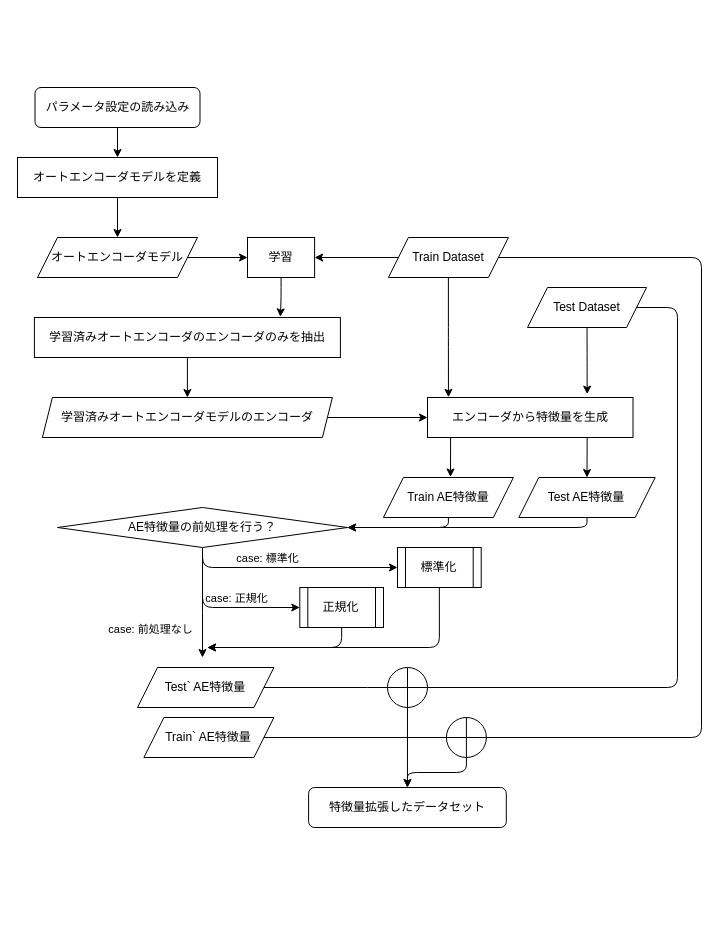
RyutaSato/ml-study-archive-rsato keeps this draw.io diagram as thesis/figures/autoencoder.drawio. Above is the earlier version. Source tidied: cells renumbered, new cells numbered last; positions are measured from the earlier drawing's top-left corner, leaving out a move shared by most shapes. Both pictures are drawn from the tidied source at 100%, with x=0, y=0 at pixel (17, 87).
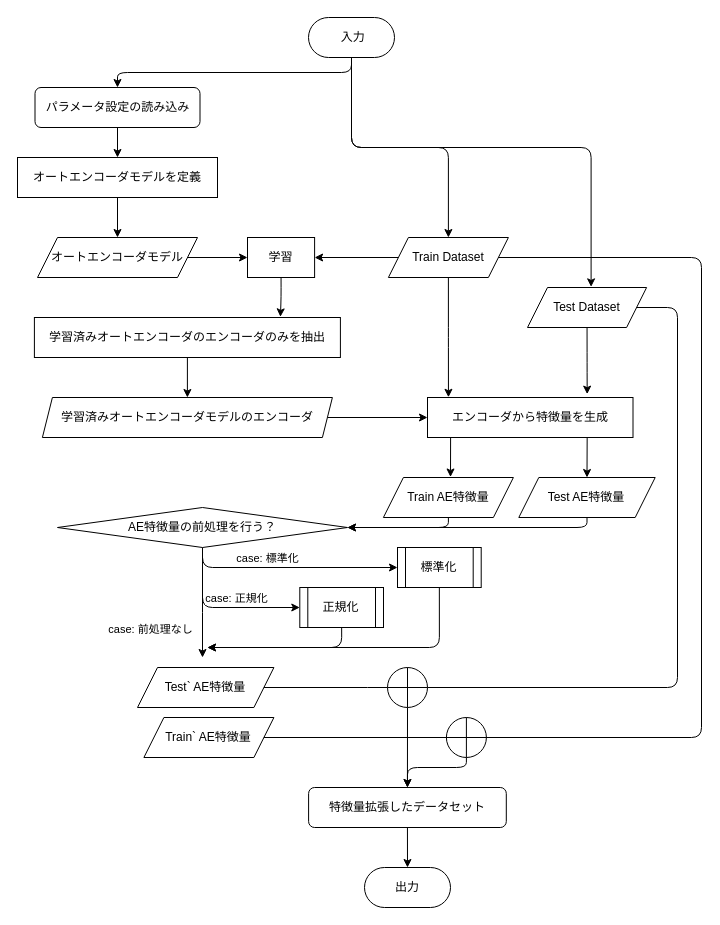
The same diagram, later.

Unchanged cells that the change refers to:
```xml
<mxCell id="14" value="Train Dataset" style="shape=parallelogram;perimeter=parallelogramPerimeter;whiteSpace=wrap;html=1;fixedSize=1;fontFamily=Helvetica;fontSize=12;fontColor=default;align=center;strokeColor=default;fillColor=default;" parent="1" vertex="1">
  <mxGeometry x="370.9" y="150" width="120" height="40" as="geometry" />
</mxCell>
<mxCell id="18" value="Test Dataset" style="shape=parallelogram;perimeter=parallelogramPerimeter;whiteSpace=wrap;html=1;fixedSize=1;fontFamily=Helvetica;fontSize=12;fontColor=default;align=center;strokeColor=default;fillColor=default;" parent="1" vertex="1">
  <mxGeometry x="510" y="200" width="119.1" height="40" as="geometry" />
</mxCell>
<mxCell id="33" value="パラメータ設定の読み込み" style="rounded=1;whiteSpace=wrap;html=1;" parent="1" vertex="1">
  <mxGeometry x="17.5" width="165" height="40" as="geometry" />
</mxCell>
<mxCell id="40" style="shape=orEllipse;perimeter=ellipsePerimeter;whiteSpace=wrap;html=1;backgroundOutline=1;" parent="1" vertex="1">
  <mxGeometry x="428.9" y="630" width="40" height="40" as="geometry" />
</mxCell>
<mxCell id="45" value="特徴量拡張したデータセット" style="rounded=1;whiteSpace=wrap;html=1;" parent="1" vertex="1">
  <mxGeometry x="291.1" y="700" width="197.7" height="40" as="geometry" />
</mxCell>
```

The edit, as a diff of the source:
```diff
@@
     <mxCell id="39" style="edgeStyle=orthogonalEdgeStyle;html=1;exitX=0.5;exitY=1;exitDx=0;exitDy=0;entryX=0.5;entryY=0;entryDx=0;entryDy=0;elbow=vertical;" parent="1" edge="1" source="40" target="45">
-      <mxGeometry relative="1" as="geometry" />
+      <mxGeometry relative="1" as="geometry">
+        <Array as="points">
+          <mxPoint x="449" y="680" />
+          <mxPoint x="390" y="680" />
+        </Array>
+      </mxGeometry>
     </mxCell>
@@
+    <mxCell id="46" style="edgeStyle=orthogonalEdgeStyle;html=1;exitX=0.5;exitY=1;exitDx=0;exitDy=0;entryX=0.5;entryY=0;entryDx=0;entryDy=0;" parent="1" edge="1" source="45" target="51">
+      <mxGeometry relative="1" as="geometry" />
+    </mxCell>
@@
+    <mxCell id="47" style="edgeStyle=orthogonalEdgeStyle;html=1;exitX=0.5;exitY=1;exitDx=0;exitDy=0;entryX=0.5;entryY=0;entryDx=0;entryDy=0;" parent="1" edge="1" source="50" target="33">
+      <mxGeometry relative="1" as="geometry" />
+    </mxCell>
+    <mxCell id="48" style="edgeStyle=orthogonalEdgeStyle;html=1;exitX=0.5;exitY=1;exitDx=0;exitDy=0;entryX=0.5;entryY=0;entryDx=0;entryDy=0;" parent="1" edge="1" source="50" target="14">
+      <mxGeometry relative="1" as="geometry" />
+    </mxCell>
+    <mxCell id="49" style="edgeStyle=orthogonalEdgeStyle;html=1;exitX=0.5;exitY=1;exitDx=0;exitDy=0;entryX=0.534;entryY=-0.016;entryDx=0;entryDy=0;entryPerimeter=0;" parent="1" edge="1" source="50" target="18">
+      <mxGeometry relative="1" as="geometry">
+        <Array as="points">
+          <mxPoint x="334" y="60" />
+          <mxPoint x="574" y="60" />
+        </Array>
+      </mxGeometry>
+    </mxCell>
+    <mxCell id="50" value="&amp;nbsp;入力" style="rounded=1;whiteSpace=wrap;html=1;arcSize=50;" parent="1" vertex="1">
+      <mxGeometry x="291" y="-70" width="86" height="40" as="geometry" />
+    </mxCell>
+    <mxCell id="51" value="出力" style="rounded=1;whiteSpace=wrap;html=1;arcSize=50;" parent="1" vertex="1">
+      <mxGeometry x="347" y="780" width="86" height="40" as="geometry" />
+    </mxCell>
```
